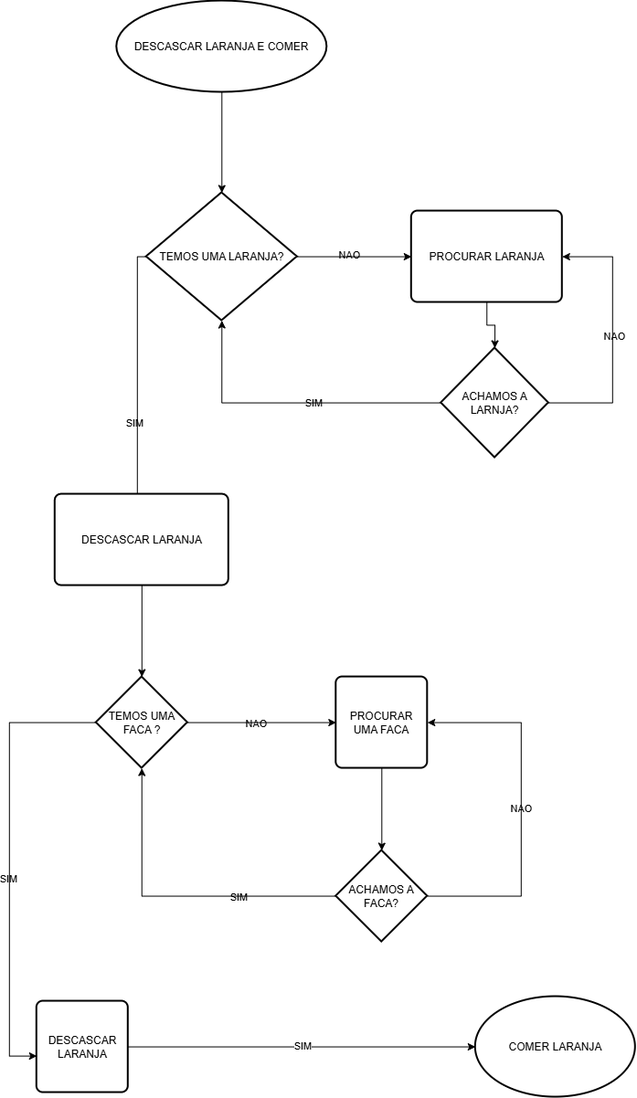
The draw.io diagram COMER LARANJA.png in Danilson90/ApertaOpassoMocorongo, before a commit. Source tidied: cells renumbered, new cells last; positions are measured from the earlier drawing's top-left corner, leaving out a move shared by most shapes. Its diagram source:
```xml
<mxGraphModel>
  <root>
    <mxCell id="0" />
    <mxCell id="1" parent="0" />
    <mxCell id="2" style="edgeStyle=orthogonalEdgeStyle;rounded=0;jettySize=auto;html=1;exitX=0;exitY=0.5;exitDx=0;exitDy=0;exitPerimeter=0;entryX=0.5;entryY=0;entryDx=0;entryDy=0;labelBackgroundColor=none;fontColor=default;" parent="1" edge="1" source="6" target="15">
      <mxGeometry relative="1" as="geometry">
        <Array as="points">
          <mxPoint x="140" y="280" />
          <mxPoint x="140" y="600" />
        </Array>
      </mxGeometry>
    </mxCell>
    <mxCell id="3" value="SIM" style="edgeLabel;html=1;align=center;verticalAlign=middle;labelBackgroundColor=none;" parent="2" vertex="1">
      <mxGeometry x="-0.03" y="-3" relative="1" as="geometry" />
    </mxCell>
    <mxCell id="4" style="edgeStyle=orthogonalEdgeStyle;rounded=0;jettySize=auto;html=1;labelBackgroundColor=none;fontColor=default;" parent="1" edge="1" source="6" target="9">
      <mxGeometry relative="1" as="geometry" />
    </mxCell>
    <mxCell id="5" value="NAO" style="edgeLabel;html=1;align=center;verticalAlign=middle;labelBackgroundColor=none;" parent="4" vertex="1">
      <mxGeometry x="-0.09" y="2" relative="1" as="geometry" />
    </mxCell>
    <mxCell id="6" value="TEMOS UMA LARANJA?" style="strokeWidth=2;html=1;shape=mxgraph.flowchart.decision;whiteSpace=wrap;labelBackgroundColor=none;" parent="1" vertex="1">
      <mxGeometry x="150" y="210" width="165" height="140" as="geometry" />
    </mxCell>
    <mxCell id="7" style="edgeStyle=orthogonalEdgeStyle;rounded=0;jettySize=auto;html=1;entryX=0.5;entryY=0;entryDx=0;entryDy=0;entryPerimeter=0;exitX=0.5;exitY=1;exitDx=0;exitDy=0;exitPerimeter=0;labelBackgroundColor=none;fontColor=default;" parent="1" edge="1" source="28" target="6">
      <mxGeometry relative="1" as="geometry" />
    </mxCell>
    <mxCell id="8" style="edgeStyle=orthogonalEdgeStyle;rounded=0;jettySize=auto;html=1;entryX=0.5;entryY=0;entryDx=0;entryDy=0;entryPerimeter=0;labelBackgroundColor=none;fontColor=default;" parent="1" edge="1" source="9" target="14">
      <mxGeometry relative="1" as="geometry" />
    </mxCell>
    <mxCell id="9" value="PROCURAR LARANJA" style="rounded=1;whiteSpace=wrap;html=1;absoluteArcSize=1;arcSize=14;strokeWidth=2;labelBackgroundColor=none;" parent="1" vertex="1">
      <mxGeometry x="440" y="230" width="165" height="100" as="geometry" />
    </mxCell>
    <mxCell id="10" style="edgeStyle=orthogonalEdgeStyle;rounded=0;jettySize=auto;html=1;entryX=1;entryY=0.5;entryDx=0;entryDy=0;exitX=1;exitY=0.5;exitDx=0;exitDy=0;exitPerimeter=0;labelBackgroundColor=none;fontColor=default;" parent="1" edge="1" source="14" target="9">
      <mxGeometry relative="1" as="geometry">
        <Array as="points">
          <mxPoint x="660" y="440" />
          <mxPoint x="660" y="280" />
        </Array>
      </mxGeometry>
    </mxCell>
    <mxCell id="11" value="NAO" style="edgeLabel;html=1;align=center;verticalAlign=middle;labelBackgroundColor=none;" parent="10" vertex="1">
      <mxGeometry x="0.01" y="-2" relative="1" as="geometry" />
    </mxCell>
    <mxCell id="12" style="edgeStyle=orthogonalEdgeStyle;rounded=0;jettySize=auto;html=1;entryX=0.5;entryY=1;entryDx=0;entryDy=0;entryPerimeter=0;exitX=0;exitY=0.5;exitDx=0;exitDy=0;exitPerimeter=0;labelBackgroundColor=none;fontColor=default;" parent="1" edge="1" source="14" target="6">
      <mxGeometry relative="1" as="geometry" />
    </mxCell>
    <mxCell id="13" value="SIM" style="edgeLabel;html=1;align=center;verticalAlign=middle;labelBackgroundColor=none;" parent="12" vertex="1">
      <mxGeometry x="-0.15" relative="1" as="geometry" />
    </mxCell>
    <mxCell id="14" value="ACHAMOS A LARNJA?" style="strokeWidth=2;html=1;shape=mxgraph.flowchart.decision;whiteSpace=wrap;labelBackgroundColor=none;" parent="1" vertex="1">
      <mxGeometry x="472.5" y="380" width="117.5" height="120" as="geometry" />
    </mxCell>
    <mxCell id="15" value="DESCASCAR LARANJA" style="rounded=1;whiteSpace=wrap;html=1;absoluteArcSize=1;arcSize=14;strokeWidth=2;labelBackgroundColor=none;" parent="1" vertex="1">
      <mxGeometry x="50" y="540" width="190" height="100" as="geometry" />
    </mxCell>
    <mxCell id="16" style="edgeStyle=orthogonalEdgeStyle;rounded=0;jettySize=auto;html=1;labelBackgroundColor=none;fontColor=default;" parent="1" edge="1" source="20" target="22">
      <mxGeometry relative="1" as="geometry" />
    </mxCell>
    <mxCell id="17" value="NAO" style="edgeLabel;html=1;align=center;verticalAlign=middle;labelBackgroundColor=none;" parent="16" vertex="1">
      <mxGeometry x="-0.08" y="-1" relative="1" as="geometry" />
    </mxCell>
    <mxCell id="18" style="edgeStyle=orthogonalEdgeStyle;rounded=0;jettySize=auto;html=1;exitX=0;exitY=0.5;exitDx=0;exitDy=0;exitPerimeter=0;labelBackgroundColor=none;fontColor=default;" parent="1" edge="1" source="20" target="32">
      <mxGeometry relative="1" as="geometry">
        <Array as="points">
          <mxPoint y="790" />
          <mxPoint y="1155.1" />
        </Array>
      </mxGeometry>
    </mxCell>
    <mxCell id="19" value="SIM" style="edgeLabel;html=1;align=center;verticalAlign=middle;labelBackgroundColor=none;" parent="18" vertex="1">
      <mxGeometry x="0.09" y="-1" relative="1" as="geometry" />
    </mxCell>
    <mxCell id="20" value="TEMOS UMA FACA ?" style="strokeWidth=2;html=1;shape=mxgraph.flowchart.decision;whiteSpace=wrap;labelBackgroundColor=none;" parent="1" vertex="1">
      <mxGeometry x="95" y="740" width="100" height="100" as="geometry" />
    </mxCell>
    <mxCell id="21" style="edgeStyle=orthogonalEdgeStyle;rounded=0;jettySize=auto;html=1;entryX=0.5;entryY=0;entryDx=0;entryDy=0;entryPerimeter=0;labelBackgroundColor=none;fontColor=default;" parent="1" edge="1" source="15" target="20">
      <mxGeometry relative="1" as="geometry" />
    </mxCell>
    <mxCell id="22" value="PROCURAR UMA FACA" style="rounded=1;whiteSpace=wrap;html=1;absoluteArcSize=1;arcSize=14;strokeWidth=2;labelBackgroundColor=none;" parent="1" vertex="1">
      <mxGeometry x="357.5" y="740" width="100" height="100" as="geometry" />
    </mxCell>
    <mxCell id="23" style="edgeStyle=orthogonalEdgeStyle;rounded=0;jettySize=auto;html=1;labelBackgroundColor=none;fontColor=default;" parent="1" edge="1" source="27" target="20">
      <mxGeometry relative="1" as="geometry">
        <Array as="points">
          <mxPoint x="144.9" y="980" />
        </Array>
      </mxGeometry>
    </mxCell>
    <mxCell id="24" value="SIM" style="edgeLabel;html=1;align=center;verticalAlign=middle;labelBackgroundColor=none;" parent="23" vertex="1">
      <mxGeometry x="-0.39" y="1" relative="1" as="geometry" />
    </mxCell>
    <mxCell id="25" style="edgeStyle=orthogonalEdgeStyle;rounded=0;jettySize=auto;html=1;entryX=1;entryY=0.5;entryDx=0;entryDy=0;labelBackgroundColor=none;fontColor=default;" parent="1" edge="1" source="27" target="22">
      <mxGeometry relative="1" as="geometry">
        <Array as="points">
          <mxPoint x="560" y="980" />
          <mxPoint x="560" y="790" />
        </Array>
      </mxGeometry>
    </mxCell>
    <mxCell id="26" value="NAO" style="edgeLabel;html=1;align=center;verticalAlign=middle;labelBackgroundColor=none;" parent="25" vertex="1">
      <mxGeometry x="0.01" relative="1" as="geometry">
        <mxPoint y="1" as="offset" />
      </mxGeometry>
    </mxCell>
    <mxCell id="27" value="ACHAMOS A FACA?" style="strokeWidth=2;html=1;shape=mxgraph.flowchart.decision;whiteSpace=wrap;labelBackgroundColor=none;" parent="1" vertex="1">
      <mxGeometry x="357.5" y="930" width="100" height="100" as="geometry" />
    </mxCell>
    <mxCell id="28" value="DESCASCAR LARANJA E COMER" style="strokeWidth=2;html=1;shape=mxgraph.flowchart.start_1;whiteSpace=wrap;labelBackgroundColor=none;" parent="1" vertex="1">
      <mxGeometry x="117.5" width="230" height="100" as="geometry" />
    </mxCell>
    <mxCell id="29" style="edgeStyle=orthogonalEdgeStyle;rounded=0;jettySize=auto;html=1;entryX=0.5;entryY=0;entryDx=0;entryDy=0;entryPerimeter=0;labelBackgroundColor=none;fontColor=default;" parent="1" edge="1" source="22" target="27">
      <mxGeometry relative="1" as="geometry" />
    </mxCell>
    <mxCell id="30" style="edgeStyle=orthogonalEdgeStyle;rounded=0;jettySize=auto;html=1;entryX=0;entryY=0.5;entryDx=0;entryDy=0;entryPerimeter=0;labelBackgroundColor=none;fontColor=default;" parent="1" edge="1" source="32" target="33">
      <mxGeometry relative="1" as="geometry" />
    </mxCell>
    <mxCell id="31" value="SIM" style="edgeLabel;html=1;align=center;verticalAlign=middle;" parent="30" vertex="1">
      <mxGeometry y="1" relative="1" as="geometry" />
    </mxCell>
    <mxCell id="32" value="DESCASCAR LARANJA" style="rounded=1;whiteSpace=wrap;html=1;absoluteArcSize=1;arcSize=14;strokeWidth=2;labelBackgroundColor=none;" parent="1" vertex="1">
      <mxGeometry x="30" y="1095" width="100" height="100" as="geometry" />
    </mxCell>
    <mxCell id="33" value="COMER LARANJA" style="strokeWidth=2;html=1;shape=mxgraph.flowchart.start_1;whiteSpace=wrap;labelBackgroundColor=none;" parent="1" vertex="1">
      <mxGeometry x="510" y="1090" width="175" height="110" as="geometry" />
    </mxCell>
  </root>
</mxGraphModel>
```
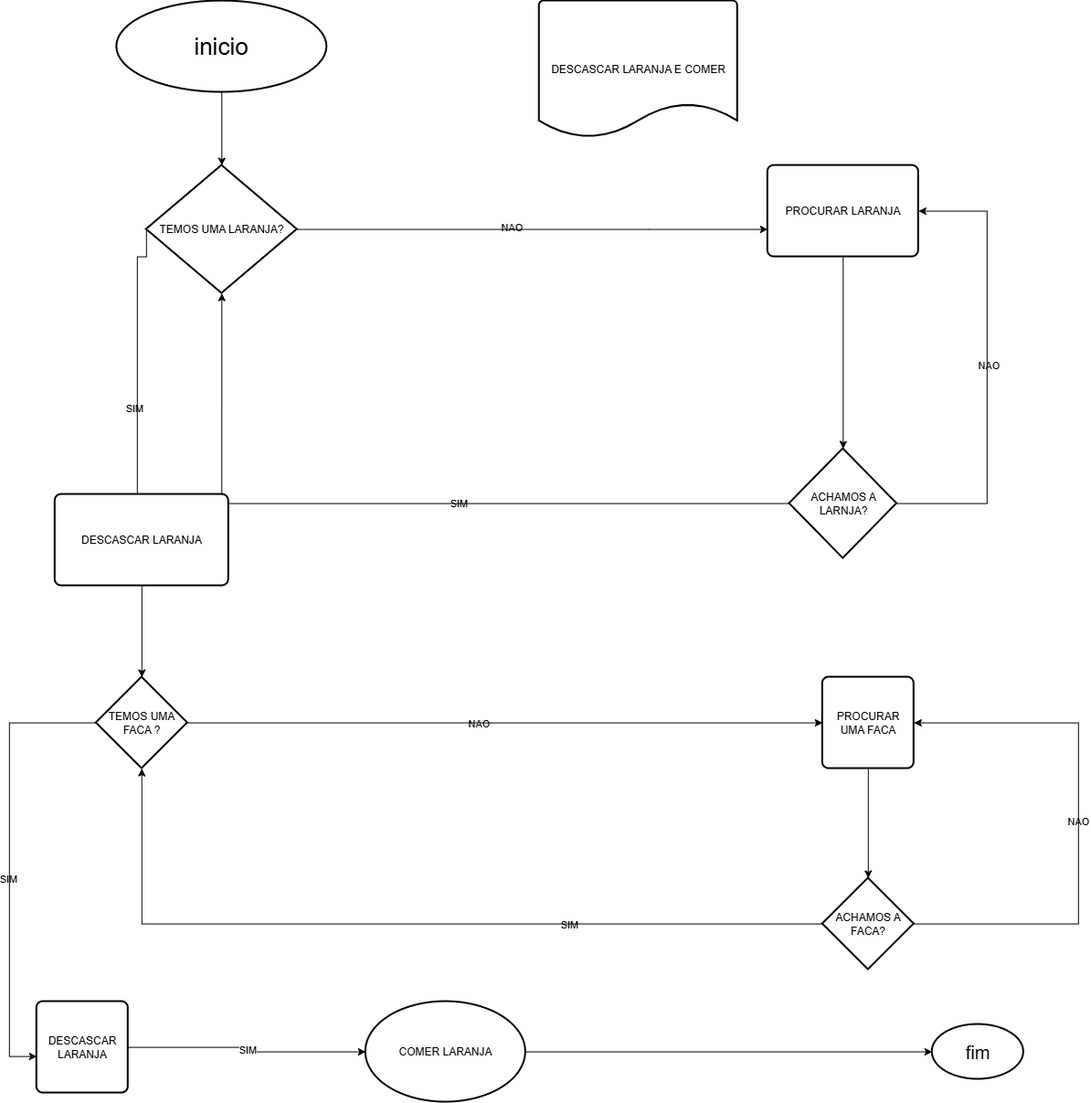
After the change.

Commit message:
criado arquivo

Diff of the diagram source:
```diff
@@ -14,13 +14,18 @@
       <mxGeometry x="-0.03" y="-3" relative="1" as="geometry" />
     </mxCell>
     <mxCell id="4" style="edgeStyle=orthogonalEdgeStyle;rounded=0;jettySize=auto;html=1;labelBackgroundColor=none;fontColor=default;" parent="1" edge="1" source="6" target="9">
-      <mxGeometry relative="1" as="geometry" />
+      <mxGeometry relative="1" as="geometry">
+        <Array as="points">
+          <mxPoint x="700" y="250" />
+          <mxPoint x="700" y="250" />
+        </Array>
+      </mxGeometry>
     </mxCell>
     <mxCell id="5" value="NAO" style="edgeLabel;html=1;align=center;verticalAlign=middle;labelBackgroundColor=none;" parent="4" vertex="1">
       <mxGeometry x="-0.09" y="2" relative="1" as="geometry" />
     </mxCell>
     <mxCell id="6" value="TEMOS UMA LARANJA?" style="strokeWidth=2;html=1;shape=mxgraph.flowchart.decision;whiteSpace=wrap;labelBackgroundColor=none;" parent="1" vertex="1">
-      <mxGeometry x="150" y="210" width="165" height="140" as="geometry" />
+      <mxGeometry x="150" y="180" width="165" height="140" as="geometry" />
     </mxCell>
     <mxCell id="7" style="edgeStyle=orthogonalEdgeStyle;rounded=0;jettySize=auto;html=1;entryX=0.5;entryY=0;entryDx=0;entryDy=0;entryPerimeter=0;exitX=0.5;exitY=1;exitDx=0;exitDy=0;exitPerimeter=0;labelBackgroundColor=none;fontColor=default;" parent="1" edge="1" source="28" target="6">
       <mxGeometry relative="1" as="geometry" />
@@ -29,13 +34,13 @@
       <mxGeometry relative="1" as="geometry" />
     </mxCell>
     <mxCell id="9" value="PROCURAR LARANJA" style="rounded=1;whiteSpace=wrap;html=1;absoluteArcSize=1;arcSize=14;strokeWidth=2;labelBackgroundColor=none;" parent="1" vertex="1">
-      <mxGeometry x="440" y="230" width="165" height="100" as="geometry" />
+      <mxGeometry x="830" y="180" width="165" height="100" as="geometry" />
     </mxCell>
     <mxCell id="10" style="edgeStyle=orthogonalEdgeStyle;rounded=0;jettySize=auto;html=1;entryX=1;entryY=0.5;entryDx=0;entryDy=0;exitX=1;exitY=0.5;exitDx=0;exitDy=0;exitPerimeter=0;labelBackgroundColor=none;fontColor=default;" parent="1" edge="1" source="14" target="9">
       <mxGeometry relative="1" as="geometry">
         <Array as="points">
-          <mxPoint x="660" y="440" />
-          <mxPoint x="660" y="280" />
+          <mxPoint x="1070" y="550" />
+          <mxPoint x="1070" y="230" />
         </Array>
       </mxGeometry>
     </mxCell>
@@ -49,7 +54,7 @@
       <mxGeometry x="-0.15" relative="1" as="geometry" />
     </mxCell>
     <mxCell id="14" value="ACHAMOS A LARNJA?" style="strokeWidth=2;html=1;shape=mxgraph.flowchart.decision;whiteSpace=wrap;labelBackgroundColor=none;" parent="1" vertex="1">
-      <mxGeometry x="472.5" y="380" width="117.5" height="120" as="geometry" />
+      <mxGeometry x="853.8" y="490" width="117.5" height="120" as="geometry" />
     </mxCell>
     <mxCell id="15" value="DESCASCAR LARANJA" style="rounded=1;whiteSpace=wrap;html=1;absoluteArcSize=1;arcSize=14;strokeWidth=2;labelBackgroundColor=none;" parent="1" vertex="1">
       <mxGeometry x="50" y="540" width="190" height="100" as="geometry" />
@@ -78,23 +83,23 @@
       <mxGeometry relative="1" as="geometry" />
     </mxCell>
     <mxCell id="22" value="PROCURAR UMA FACA" style="rounded=1;whiteSpace=wrap;html=1;absoluteArcSize=1;arcSize=14;strokeWidth=2;labelBackgroundColor=none;" parent="1" vertex="1">
-      <mxGeometry x="357.5" y="740" width="100" height="100" as="geometry" />
+      <mxGeometry x="890" y="740" width="100" height="100" as="geometry" />
     </mxCell>
-    <mxCell id="23" style="edgeStyle=orthogonalEdgeStyle;rounded=0;jettySize=auto;html=1;labelBackgroundColor=none;fontColor=default;" parent="1" edge="1" source="27" target="20">
+    <mxCell id="23" style="edgeStyle=orthogonalEdgeStyle;rounded=0;jettySize=auto;html=1;labelBackgroundColor=none;fontColor=default;exitX=0;exitY=0.5;exitDx=0;exitDy=0;exitPerimeter=0;" parent="1" edge="1" source="27" target="20">
       <mxGeometry relative="1" as="geometry">
         <Array as="points">
-          <mxPoint x="144.9" y="980" />
+          <mxPoint x="144.9" y="1010" />
         </Array>
       </mxGeometry>
     </mxCell>
     <mxCell id="24" value="SIM" style="edgeLabel;html=1;align=center;verticalAlign=middle;labelBackgroundColor=none;" parent="23" vertex="1">
       <mxGeometry x="-0.39" y="1" relative="1" as="geometry" />
     </mxCell>
-    <mxCell id="25" style="edgeStyle=orthogonalEdgeStyle;rounded=0;jettySize=auto;html=1;entryX=1;entryY=0.5;entryDx=0;entryDy=0;labelBackgroundColor=none;fontColor=default;" parent="1" edge="1" source="27" target="22">
+    <mxCell id="25" style="edgeStyle=orthogonalEdgeStyle;rounded=0;jettySize=auto;html=1;entryX=1;entryY=0.5;entryDx=0;entryDy=0;labelBackgroundColor=none;fontColor=default;exitX=1;exitY=0.5;exitDx=0;exitDy=0;exitPerimeter=0;" parent="1" edge="1" source="27" target="22">
       <mxGeometry relative="1" as="geometry">
         <Array as="points">
-          <mxPoint x="560" y="980" />
-          <mxPoint x="560" y="790" />
+          <mxPoint x="1170" y="1010" />
+          <mxPoint x="1170" y="790" />
         </Array>
       </mxGeometry>
     </mxCell>
@@ -104,9 +109,9 @@
       </mxGeometry>
     </mxCell>
     <mxCell id="27" value="ACHAMOS A FACA?" style="strokeWidth=2;html=1;shape=mxgraph.flowchart.decision;whiteSpace=wrap;labelBackgroundColor=none;" parent="1" vertex="1">
-      <mxGeometry x="357.5" y="930" width="100" height="100" as="geometry" />
+      <mxGeometry x="890" y="960" width="100" height="100" as="geometry" />
     </mxCell>
-    <mxCell id="28" value="DESCASCAR LARANJA E COMER" style="strokeWidth=2;html=1;shape=mxgraph.flowchart.start_1;whiteSpace=wrap;labelBackgroundColor=none;" parent="1" vertex="1">
+    <mxCell id="28" value="&lt;font style=&quot;font-size: 26px;&quot;&gt;inicio&lt;/font&gt;" style="strokeWidth=2;html=1;shape=mxgraph.flowchart.start_1;whiteSpace=wrap;labelBackgroundColor=none;" parent="1" vertex="1">
       <mxGeometry x="117.5" width="230" height="100" as="geometry" />
     </mxCell>
     <mxCell id="29" style="edgeStyle=orthogonalEdgeStyle;rounded=0;jettySize=auto;html=1;entryX=0.5;entryY=0;entryDx=0;entryDy=0;entryPerimeter=0;labelBackgroundColor=none;fontColor=default;" parent="1" edge="1" source="22" target="27">
@@ -121,8 +126,17 @@
     <mxCell id="32" value="DESCASCAR LARANJA" style="rounded=1;whiteSpace=wrap;html=1;absoluteArcSize=1;arcSize=14;strokeWidth=2;labelBackgroundColor=none;" parent="1" vertex="1">
       <mxGeometry x="30" y="1095" width="100" height="100" as="geometry" />
     </mxCell>
+    <mxCell id="34" style="edgeStyle=orthogonalEdgeStyle;rounded=0;jettySize=auto;html=1;" parent="1" edge="1" source="33" target="35">
+      <mxGeometry relative="1" as="geometry" />
+    </mxCell>
     <mxCell id="33" value="COMER LARANJA" style="strokeWidth=2;html=1;shape=mxgraph.flowchart.start_1;whiteSpace=wrap;labelBackgroundColor=none;" parent="1" vertex="1">
-      <mxGeometry x="510" y="1090" width="175" height="110" as="geometry" />
+      <mxGeometry x="390" y="1095" width="175" height="110" as="geometry" />
     </mxCell>
+    <mxCell id="35" value="&lt;font style=&quot;font-size: 20px;&quot;&gt;fim&lt;/font&gt;" style="strokeWidth=2;html=1;shape=mxgraph.flowchart.start_1;whiteSpace=wrap;" parent="1" vertex="1">
+      <mxGeometry x="1010" y="1120" width="100" height="60" as="geometry" />
+    </mxCell>
+    <mxCell id="36" value="DESCASCAR LARANJA E COMER" style="strokeWidth=2;html=1;shape=mxgraph.flowchart.document2;whiteSpace=wrap;size=0.25;" parent="1" vertex="1">
+      <mxGeometry x="580" width="217" height="150" as="geometry" />
+    </mxCell>
   </root>
 </mxGraphModel>
```
